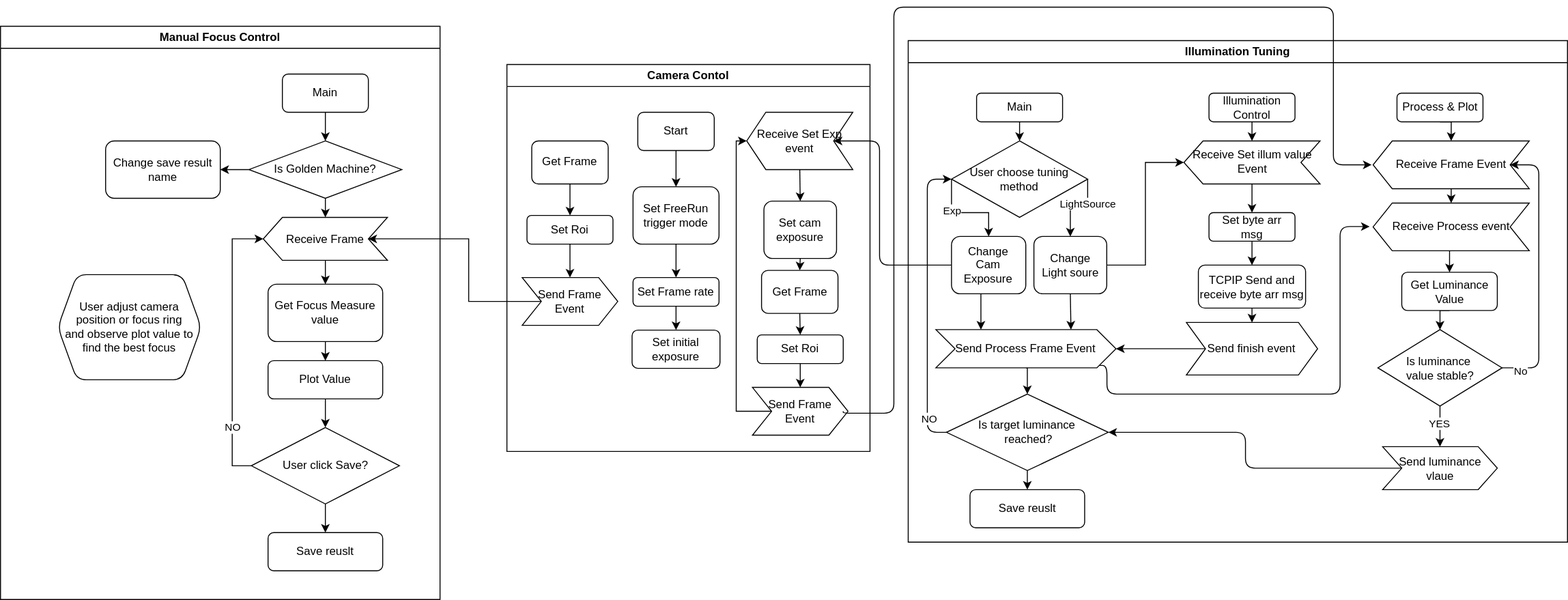
The draw.io diagram VSAM1.drawio.svg in TONiiV/flowcharts, before a commit. Source tidied: cells renumbered, new cells last; positions are measured from the earlier drawing's top-left corner, leaving out a move shared by most shapes.
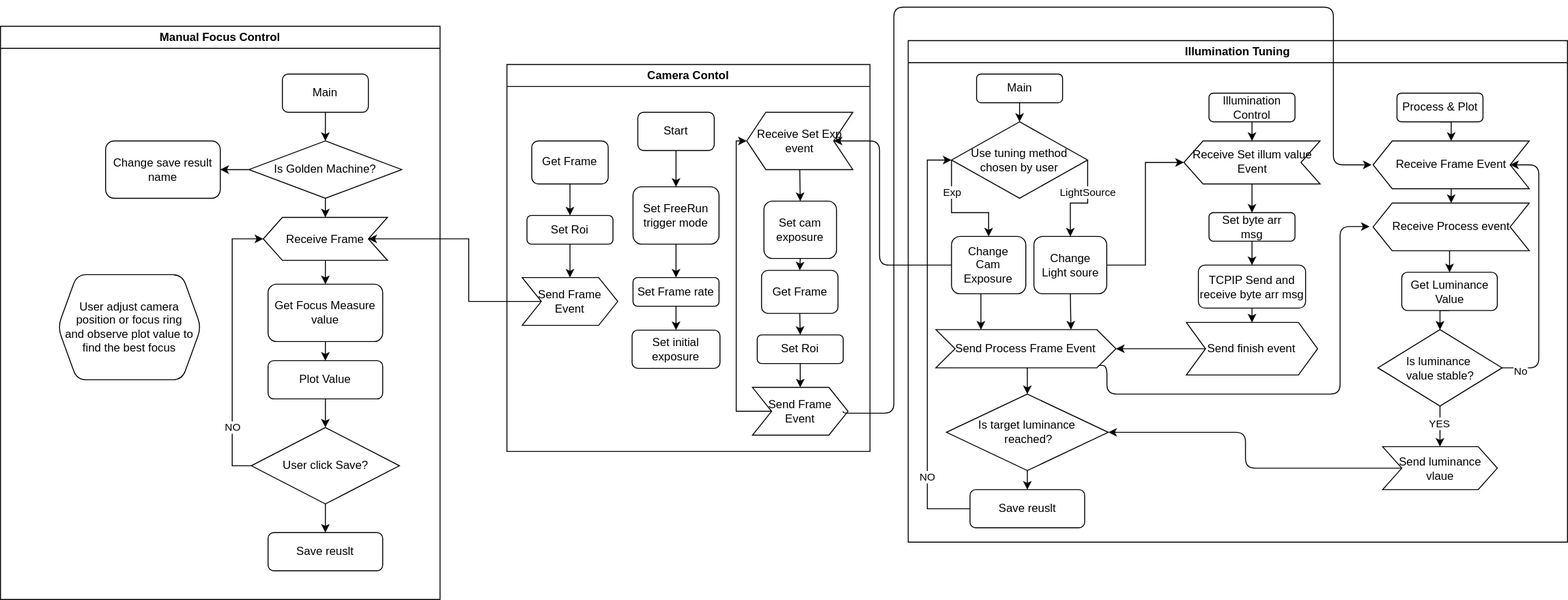
The same file after the commit.

The edit, as a diff of the source:
```diff
@@ -15,7 +15,7 @@
       <mxGeometry relative="1" as="geometry" />
     </mxCell>
     <mxCell id="6" value="Main" style="rounded=1;whiteSpace=wrap;html=1;" parent="2" vertex="1">
-      <mxGeometry x="71.6" y="55" width="90" height="30" as="geometry" />
+      <mxGeometry x="71.6" y="35" width="90" height="30" as="geometry" />
     </mxCell>
     <mxCell id="7" style="edgeStyle=orthogonalEdgeStyle;rounded=0;jettySize=auto;html=1;exitX=0.5;exitY=1;exitDx=0;exitDy=0;entryX=0.5;entryY=0;entryDx=0;entryDy=0;" parent="2" edge="1" source="8" target="33">
       <mxGeometry relative="1" as="geometry" />
@@ -55,9 +55,9 @@
         </Array>
       </mxGeometry>
     </mxCell>
-    <mxCell id="18" value="Exp&lt;div&gt;&lt;br&gt;&lt;/div&gt;" style="edgeLabel;html=1;align=center;verticalAlign=middle;" parent="17" vertex="1">
+    <mxCell id="18" value="&lt;div&gt;Exp&lt;/div&gt;" style="edgeLabel;html=1;align=center;verticalAlign=middle;" parent="17" vertex="1">
       <mxGeometry x="-0.56" y="1" relative="1" as="geometry">
-        <mxPoint x="-1" y="18" as="offset" />
+        <mxPoint x="-1" y="7" as="offset" />
       </mxGeometry>
     </mxCell>
     <mxCell id="19" style="edgeStyle=orthogonalEdgeStyle;rounded=0;jettySize=auto;html=1;exitX=1;exitY=0.5;exitDx=0;exitDy=0;entryX=0.5;entryY=0;entryDx=0;entryDy=0;" parent="2" edge="1" source="21" target="24">
@@ -70,11 +70,11 @@
     </mxCell>
     <mxCell id="20" value="LightSource" style="edgeLabel;html=1;align=center;verticalAlign=middle;" parent="19" vertex="1">
       <mxGeometry x="-0.64" relative="1" as="geometry">
-        <mxPoint y="11" as="offset" />
+        <mxPoint y="16" as="offset" />
       </mxGeometry>
     </mxCell>
-    <mxCell id="21" value="User choose tuning method" style="rhombus;whiteSpace=wrap;html=1;" parent="2" vertex="1">
-      <mxGeometry x="45.3" y="105" width="142.5" height="80" as="geometry" />
+    <mxCell id="21" value="Use tuning method&lt;div&gt;chosen by user&lt;/div&gt;" style="rhombus;whiteSpace=wrap;html=1;" parent="2" vertex="1">
+      <mxGeometry x="45.3" y="85" width="142.5" height="80" as="geometry" />
     </mxCell>
     <mxCell id="22" style="edgeStyle=orthogonalEdgeStyle;rounded=0;jettySize=auto;html=1;exitX=0.5;exitY=1;exitDx=0;exitDy=0;entryX=0.75;entryY=0;entryDx=0;entryDy=0;" parent="2" edge="1" source="24" target="29">
       <mxGeometry relative="1" as="geometry" />
@@ -119,19 +119,6 @@
     <mxCell id="33" value="Receive Frame Event" style="whiteSpace=wrap;html=1;rounded=0;shape=step;perimeter=stepPerimeter;fixedSize=1;flipH=1;" parent="2" vertex="1">
       <mxGeometry x="486.6" y="105" width="163.4" height="50" as="geometry" />
     </mxCell>
-    <mxCell id="34" style="edgeStyle=orthogonalEdgeStyle;rounded=1;jettySize=auto;html=1;exitX=0;exitY=0.5;exitDx=0;exitDy=0;entryX=0;entryY=0.5;entryDx=0;entryDy=0;curved=0;" parent="2" edge="1" source="37" target="21">
-      <mxGeometry relative="1" as="geometry">
-        <Array as="points">
-          <mxPoint x="20" y="410" />
-          <mxPoint x="20" y="145" />
-        </Array>
-      </mxGeometry>
-    </mxCell>
-    <mxCell id="35" value="NO" style="edgeLabel;html=1;align=center;verticalAlign=middle;" parent="34" vertex="1">
-      <mxGeometry x="-0.57" y="-2" relative="1" as="geometry">
-        <mxPoint y="32" as="offset" />
-      </mxGeometry>
-    </mxCell>
     <mxCell id="36" style="edgeStyle=orthogonalEdgeStyle;rounded=0;jettySize=auto;html=1;exitX=0.5;exitY=1;exitDx=0;exitDy=0;entryX=0.5;entryY=0;entryDx=0;entryDy=0;" parent="2" edge="1" source="37" target="47">
       <mxGeometry relative="1" as="geometry" />
     </mxCell>
@@ -172,6 +159,17 @@
     <mxCell id="46" value="Send luminance vlaue" style="rounded=0;whiteSpace=wrap;html=1;shape=step;perimeter=stepPerimeter;fixedSize=1;" parent="2" vertex="1">
       <mxGeometry x="496.6" y="425" width="120" height="45" as="geometry" />
     </mxCell>
+    <mxCell id="93" style="edgeStyle=orthogonalEdgeStyle;rounded=0;jettySize=auto;html=1;exitX=0;exitY=0.5;exitDx=0;exitDy=0;entryX=0;entryY=0.5;entryDx=0;entryDy=0;" parent="2" edge="1" source="47" target="21">
+      <mxGeometry relative="1" as="geometry">
+        <Array as="points">
+          <mxPoint x="20" y="490" />
+          <mxPoint x="20" y="125" />
+        </Array>
+      </mxGeometry>
+    </mxCell>
+    <mxCell id="35" value="NO" style="edgeLabel;html=1;align=center;verticalAlign=middle;" parent="93" vertex="1">
+      <mxGeometry x="-0.64" relative="1" as="geometry" />
+    </mxCell>
     <mxCell id="47" value="Save reuslt" style="rounded=1;whiteSpace=wrap;html=1;" parent="2" vertex="1">
       <mxGeometry x="64.7" y="470" width="120" height="40" as="geometry" />
     </mxCell>
```
